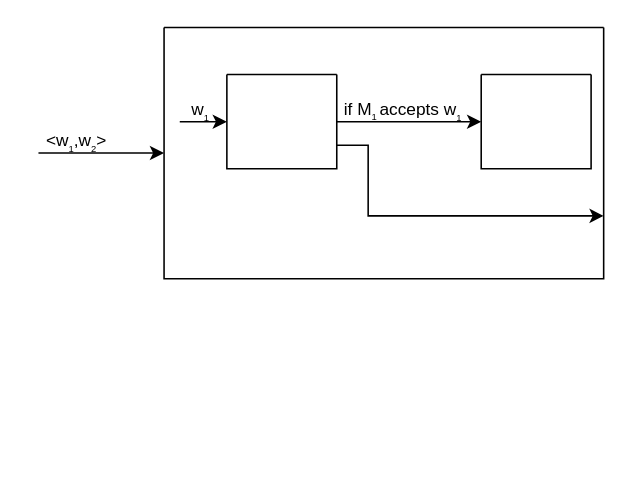
Above: CSC 320/320A5Q3.drawio in amirabdullahi1/gold (draw.io), before the change. Source tidied: cells renumbered, new cells numbered last; positions are measured from the earlier drawing's top-left corner, leaving out a move shared by most shapes. Both pictures are drawn from the tidied source at 157%, with x=0, y=0 at pixel (38, 27).
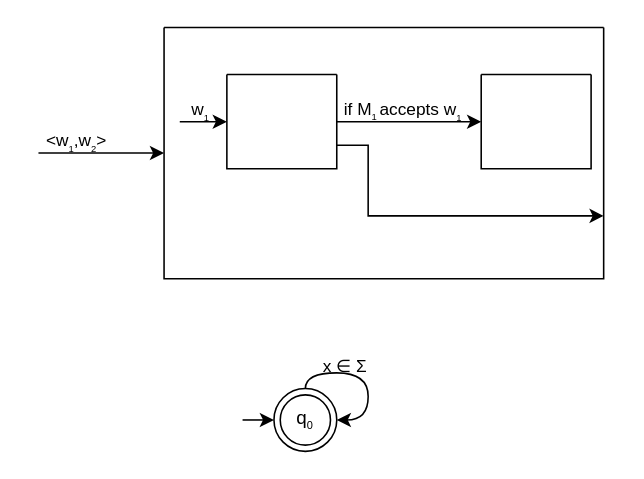
Above is the later version.

Diff of the diagram source:
```diff
@@
+    <mxCell id="12" style="rounded=0;jettySize=auto;html=1;entryX=0;entryY=0.5;entryDx=0;entryDy=0;" parent="1" edge="1" target="13">
+      <mxGeometry relative="1" as="geometry">
+        <mxPoint x="130" y="250" as="sourcePoint" />
+      </mxGeometry>
+    </mxCell>
+    <mxCell id="13" value="q&lt;sub&gt;&lt;font style=&quot;font-size: 7px;&quot;&gt;0&lt;/font&gt;&lt;/sub&gt;" style="ellipse;shape=doubleEllipse;whiteSpace=wrap;html=1;" parent="1" vertex="1">
+      <mxGeometry x="150" y="230" width="40" height="40" as="geometry" />
+    </mxCell>
+    <mxCell id="14" style="edgeStyle=orthogonalEdgeStyle;rounded=0;orthogonalLoop=1;jettySize=auto;html=1;entryX=1;entryY=0.5;entryDx=0;entryDy=0;curved=1;" parent="1" edge="1" source="13" target="13">
+      <mxGeometry relative="1" as="geometry">
+        <Array as="points">
+          <mxPoint x="170" y="220" />
+          <mxPoint x="210" y="220" />
+          <mxPoint x="210" y="250" />
+        </Array>
+      </mxGeometry>
+    </mxCell>
+    <mxCell id="15" value="x ∈ Σ" style="edgeLabel;html=1;align=center;verticalAlign=middle;labelBackgroundColor=none;" parent="14" vertex="1">
+      <mxGeometry x="-0.19" y="-1" relative="1" as="geometry">
+        <mxPoint x="-7" y="-6" as="offset" />
+      </mxGeometry>
+    </mxCell>
```
